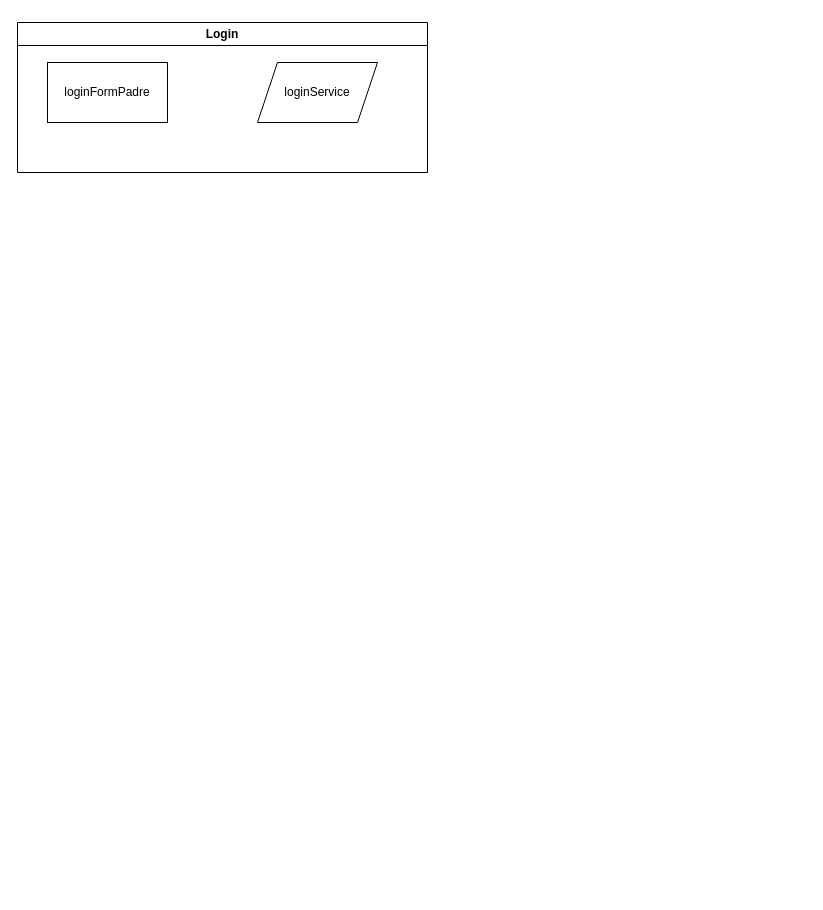
This is Untitled Diagram.drawio from jorirovi/hyperblog, a draw.io file, before an edit. Source tidied: cells renumbered, new cells numbered last; positions are measured from the earlier drawing's top-left corner, leaving out a move shared by most shapes. Both pictures are drawn from the tidied source at 100%, with x=0, y=0 at pixel (17, 22).
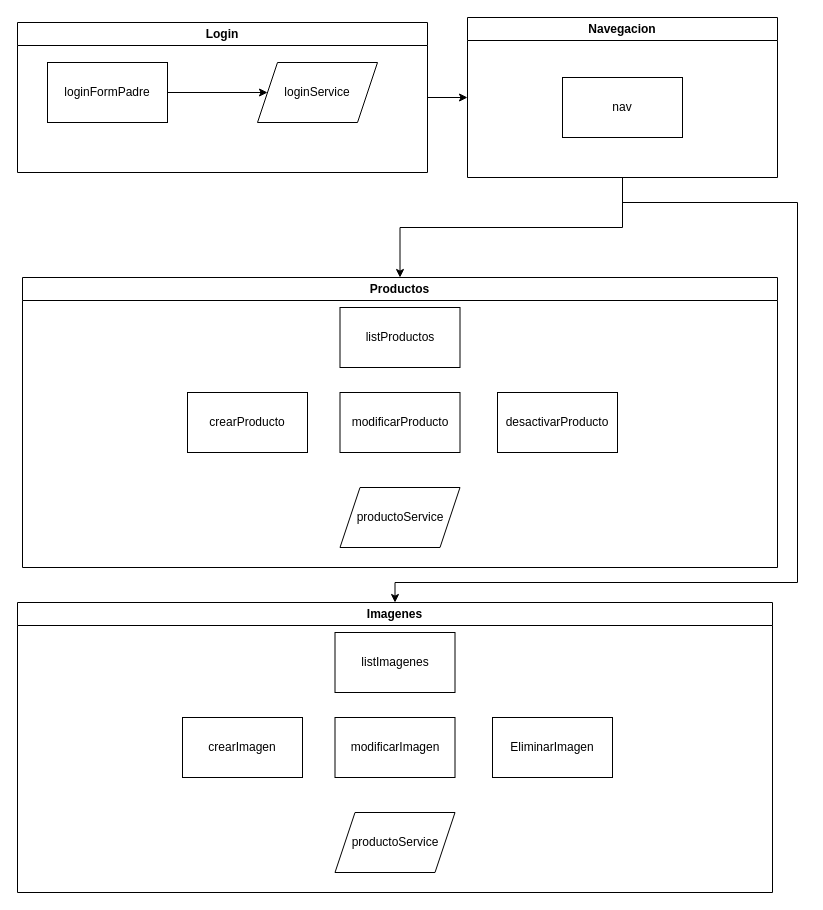
The same page after the edit.

The change refers to these unchanged cells:
```xml
<mxCell id="2" value="Login" style="swimlane;whiteSpace=wrap;html=1;" parent="1" vertex="1">
  <mxGeometry width="410" height="150" as="geometry" />
</mxCell>
<mxCell id="3" value="loginFormPadre" style="rounded=0;whiteSpace=wrap;html=1;" parent="2" vertex="1">
  <mxGeometry x="30" y="40" width="120" height="60" as="geometry" />
</mxCell>
<mxCell id="4" value="loginService" style="shape=parallelogram;perimeter=parallelogramPerimeter;whiteSpace=wrap;html=1;fixedSize=1;" parent="2" vertex="1">
  <mxGeometry x="240" y="40" width="120" height="60" as="geometry" />
</mxCell>
```

Change to the diagram source:
```diff
@@
+    <mxCell id="5" style="edgeStyle=orthogonalEdgeStyle;rounded=0;jettySize=auto;html=1;exitX=1;exitY=0.5;exitDx=0;exitDy=0;entryX=0;entryY=0.5;entryDx=0;entryDy=0;" parent="1" edge="1" source="2" target="15">
+      <mxGeometry relative="1" as="geometry" />
+    </mxCell>
@@
+    <mxCell id="6" style="edgeStyle=orthogonalEdgeStyle;rounded=0;jettySize=auto;html=1;exitX=1;exitY=0.5;exitDx=0;exitDy=0;entryX=0;entryY=0.5;entryDx=0;entryDy=0;" parent="2" edge="1" source="3" target="4">
+      <mxGeometry relative="1" as="geometry" />
+    </mxCell>
@@
+    <mxCell id="7" value="Productos" style="swimlane;whiteSpace=wrap;html=1;" parent="1" vertex="1">
+      <mxGeometry x="5" y="255" width="755" height="290" as="geometry" />
+    </mxCell>
+    <mxCell id="8" value="listProductos" style="rounded=0;whiteSpace=wrap;html=1;" parent="7" vertex="1">
+      <mxGeometry x="317.5" y="30" width="120" height="60" as="geometry" />
+    </mxCell>
+    <mxCell id="9" value="crearProducto" style="rounded=0;whiteSpace=wrap;html=1;" parent="7" vertex="1">
+      <mxGeometry x="165" y="115" width="120" height="60" as="geometry" />
+    </mxCell>
+    <mxCell id="10" value="modificarProducto" style="rounded=0;whiteSpace=wrap;html=1;" parent="7" vertex="1">
+      <mxGeometry x="317.5" y="115" width="120" height="60" as="geometry" />
+    </mxCell>
+    <mxCell id="11" value="desactivarProducto" style="rounded=0;whiteSpace=wrap;html=1;" parent="7" vertex="1">
+      <mxGeometry x="475" y="115" width="120" height="60" as="geometry" />
+    </mxCell>
+    <mxCell id="12" value="productoService" style="shape=parallelogram;perimeter=parallelogramPerimeter;whiteSpace=wrap;html=1;fixedSize=1;" parent="7" vertex="1">
+      <mxGeometry x="317.5" y="210" width="120" height="60" as="geometry" />
+    </mxCell>
+    <mxCell id="13" style="edgeStyle=orthogonalEdgeStyle;rounded=0;jettySize=auto;html=1;exitX=0.5;exitY=1;exitDx=0;exitDy=0;" parent="1" edge="1" source="15" target="7">
+      <mxGeometry relative="1" as="geometry" />
+    </mxCell>
+    <mxCell id="14" style="edgeStyle=orthogonalEdgeStyle;rounded=0;jettySize=auto;html=1;exitX=0.5;exitY=1;exitDx=0;exitDy=0;entryX=0.5;entryY=0;entryDx=0;entryDy=0;" parent="1" edge="1" source="15" target="17">
+      <mxGeometry relative="1" as="geometry">
+        <Array as="points">
+          <mxPoint x="605" y="180" />
+          <mxPoint x="780" y="180" />
+          <mxPoint x="780" y="560" />
+          <mxPoint x="378" y="560" />
+        </Array>
+      </mxGeometry>
+    </mxCell>
+    <mxCell id="15" value="Navegacion" style="swimlane;whiteSpace=wrap;html=1;" parent="1" vertex="1">
+      <mxGeometry x="450" y="-5" width="310" height="160" as="geometry" />
+    </mxCell>
+    <mxCell id="16" value="nav" style="rounded=0;whiteSpace=wrap;html=1;" parent="15" vertex="1">
+      <mxGeometry x="95" y="60" width="120" height="60" as="geometry" />
+    </mxCell>
+    <mxCell id="17" value="Imagenes" style="swimlane;whiteSpace=wrap;html=1;" parent="1" vertex="1">
+      <mxGeometry y="580" width="755" height="290" as="geometry" />
+    </mxCell>
+    <mxCell id="18" value="listImagenes" style="rounded=0;whiteSpace=wrap;html=1;" parent="17" vertex="1">
+      <mxGeometry x="317.5" y="30" width="120" height="60" as="geometry" />
+    </mxCell>
+    <mxCell id="19" value="crearImagen" style="rounded=0;whiteSpace=wrap;html=1;" parent="17" vertex="1">
+      <mxGeometry x="165" y="115" width="120" height="60" as="geometry" />
+    </mxCell>
+    <mxCell id="20" value="modificarImagen" style="rounded=0;whiteSpace=wrap;html=1;" parent="17" vertex="1">
+      <mxGeometry x="317.5" y="115" width="120" height="60" as="geometry" />
+    </mxCell>
+    <mxCell id="21" value="EliminarImagen" style="rounded=0;whiteSpace=wrap;html=1;" parent="17" vertex="1">
+      <mxGeometry x="475" y="115" width="120" height="60" as="geometry" />
+    </mxCell>
+    <mxCell id="22" value="productoService" style="shape=parallelogram;perimeter=parallelogramPerimeter;whiteSpace=wrap;html=1;fixedSize=1;" parent="17" vertex="1">
+      <mxGeometry x="317.5" y="210" width="120" height="60" as="geometry" />
+    </mxCell>
```
